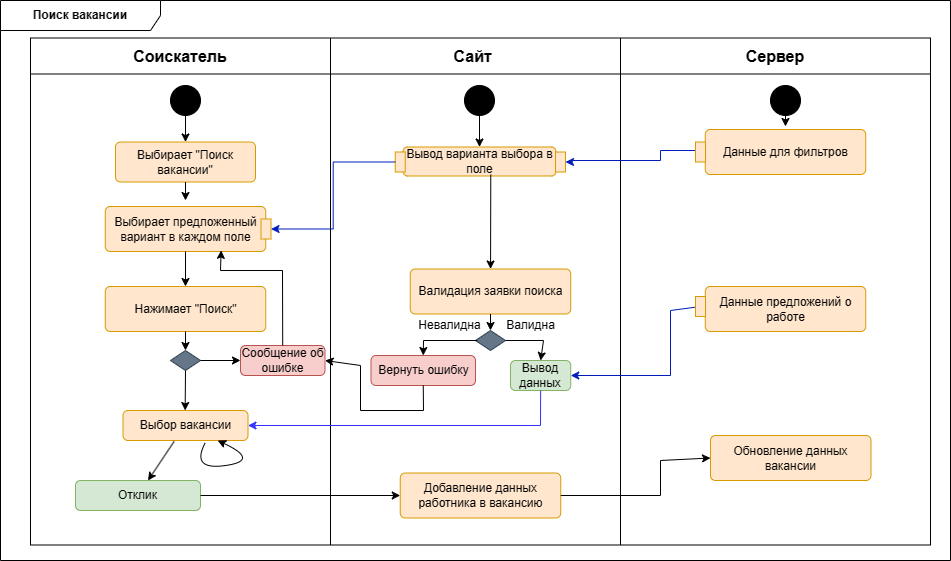
The draw.io diagram activity_diagrams/Vacancy_searching.drawio.png in Reem-Almasri/Freelancer-SPM, before a commit. Source tidied: cells renumbered, new cells last; positions are measured from the earlier drawing's top-left corner, leaving out a move shared by most shapes.
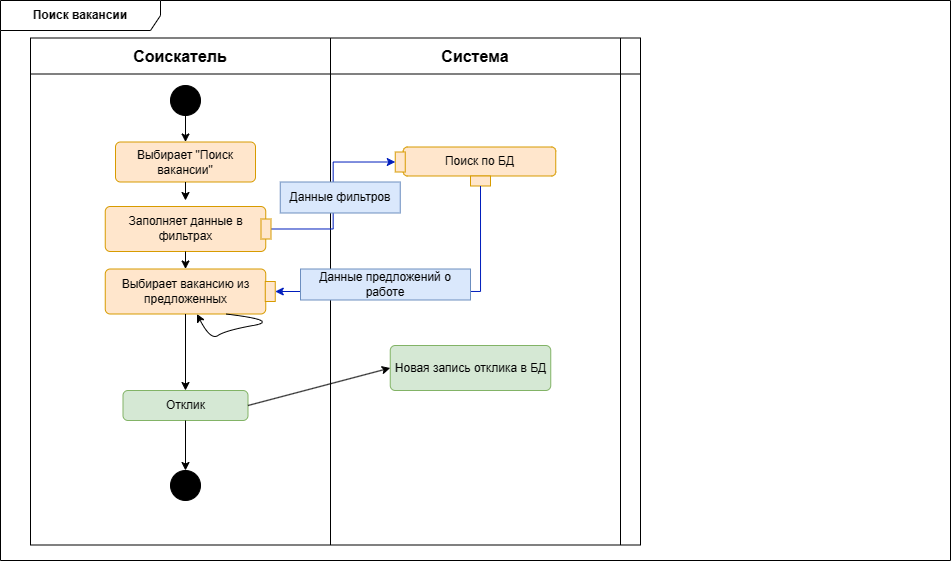
The same diagram one commit later.

The edit, as a diff of the source:
```diff
@@ -6,22 +6,22 @@
       <mxGeometry width="950" height="560" as="geometry" />
     </mxCell>
     <mxCell id="3" style="shape=table;startSize=0;fontSize=16;" parent="2" vertex="1">
-      <mxGeometry x="30" y="37.5" width="900" height="507" as="geometry" />
+      <mxGeometry x="30" y="37.5" width="610" height="507" as="geometry" />
     </mxCell>
     <mxCell id="4" style="shape=tableRow;horizontal=0;startSize=0;swimlaneHead=0;swimlaneBody=0;strokeColor=inherit;top=0;left=0;bottom=0;right=0;fillColor=none;fontSize=16;" parent="3" vertex="1">
-      <mxGeometry width="900" height="36" as="geometry" />
+      <mxGeometry width="610" height="36" as="geometry" />
     </mxCell>
     <mxCell id="5" value="&lt;b&gt;Соискатель&lt;/b&gt;" style="shape=partialRectangle;html=1;whiteSpace=wrap;strokeColor=inherit;overflow=hidden;fillColor=none;top=0;left=0;bottom=0;right=0;fontSize=16;" parent="4" vertex="1">
       <mxGeometry width="300" height="36" as="geometry" />
     </mxCell>
-    <mxCell id="6" value="&lt;b&gt;Сайт&amp;nbsp;&lt;/b&gt;" style="shape=partialRectangle;html=1;whiteSpace=wrap;strokeColor=inherit;overflow=hidden;fillColor=none;top=0;left=0;bottom=0;right=0;fontSize=16;" parent="4" vertex="1">
+    <mxCell id="6" value="&lt;b&gt;Система&lt;/b&gt;" style="shape=partialRectangle;html=1;whiteSpace=wrap;strokeColor=inherit;overflow=hidden;fillColor=none;top=0;left=0;bottom=0;right=0;fontSize=16;" parent="4" vertex="1">
       <mxGeometry x="300" width="290" height="36" as="geometry" />
     </mxCell>
-    <mxCell id="7" value="&lt;b&gt;Сервер&lt;br&gt;&lt;/b&gt;" style="shape=partialRectangle;html=1;whiteSpace=wrap;strokeColor=inherit;overflow=hidden;fillColor=none;top=0;left=0;bottom=0;right=0;fontSize=16;" parent="4" vertex="1">
-      <mxGeometry x="590" width="310" height="36" as="geometry" />
+    <mxCell id="7" style="shape=partialRectangle;html=1;whiteSpace=wrap;strokeColor=inherit;overflow=hidden;fillColor=none;top=0;left=0;bottom=0;right=0;fontSize=16;" parent="4" vertex="1">
+      <mxGeometry x="590" width="20" height="36" as="geometry" />
     </mxCell>
     <mxCell id="8" style="shape=tableRow;horizontal=0;startSize=0;swimlaneHead=0;swimlaneBody=0;strokeColor=inherit;top=0;left=0;bottom=0;right=0;fillColor=none;fontSize=16;" parent="3" vertex="1">
-      <mxGeometry y="36" width="900" height="471" as="geometry" />
+      <mxGeometry y="36" width="610" height="471" as="geometry" />
     </mxCell>
     <mxCell id="9" style="shape=partialRectangle;html=1;whiteSpace=wrap;strokeColor=inherit;overflow=hidden;fillColor=none;top=0;left=0;bottom=0;right=0;fontSize=16;" parent="8" vertex="1">
       <mxGeometry width="300" height="471" as="geometry" />
@@ -30,27 +30,16 @@
       <mxGeometry x="300" width="290" height="471" as="geometry" />
     </mxCell>
     <mxCell id="11" style="shape=partialRectangle;html=1;whiteSpace=wrap;strokeColor=inherit;overflow=hidden;fillColor=none;top=0;left=0;bottom=0;right=0;fontSize=16;" parent="8" vertex="1">
-      <mxGeometry x="590" width="310" height="471" as="geometry" />
+      <mxGeometry x="590" width="20" height="471" as="geometry" />
     </mxCell>
     <mxCell id="12" style="ellipse;fillColor=strokeColor;html=1;" parent="2" vertex="1">
       <mxGeometry x="170" y="85" width="30" height="30" as="geometry" />
     </mxCell>
-    <mxCell id="13" style="edgeStyle=orthogonalEdgeStyle;rounded=0;jettySize=auto;html=1;fillColor=#0050ef;strokeColor=#001DBC;exitX=0.25;exitY=0;exitDx=0;exitDy=0;entryX=0.5;entryY=1;entryDx=0;entryDy=0;" parent="2" edge="1" source="23" target="15">
-      <mxGeometry relative="1" as="geometry">
-        <Array as="points">
-          <mxPoint x="695" y="150" />
-          <mxPoint x="660" y="150" />
-          <mxPoint x="660" y="160" />
-          <mxPoint x="570" y="160" />
-          <mxPoint x="570" y="161" />
-        </Array>
-      </mxGeometry>
-    </mxCell>
-    <mxCell id="14" value="Вывод варианта выбора в поле" style="rounded=1;whiteSpace=wrap;html=1;fillColor=#ffe6cc;strokeColor=#d79b00;" parent="2" vertex="1">
+    <mxCell id="14" value="Поиск по БД" style="rounded=1;whiteSpace=wrap;html=1;fillColor=#ffe6cc;strokeColor=#d79b00;" parent="2" vertex="1">
       <mxGeometry x="402.8" y="146.5" width="152.5" height="29" as="geometry" />
     </mxCell>
-    <mxCell id="15" style="rounded=0;whiteSpace=wrap;html=1;fillColor=#ffe6cc;strokeColor=#d79b00;rotation=-90;" parent="2" vertex="1">
-      <mxGeometry x="550" y="156.5" width="20" height="10" as="geometry" />
+    <mxCell id="15" style="rounded=0;whiteSpace=wrap;html=1;fillColor=#ffe6cc;strokeColor=#d79b00;rotation=0;" parent="2" vertex="1">
+      <mxGeometry x="470" y="175.5" width="20" height="10" as="geometry" />
     </mxCell>
     <mxCell id="16" value="Выбирает &quot;Поиск вакансии&quot;" style="html=1;align=center;verticalAlign=middle;rounded=1;absoluteArcSize=1;arcSize=10;dashed=0;whiteSpace=wrap;fillColor=#ffe6cc;strokeColor=#d79b00;" parent="2" vertex="1">
       <mxGeometry x="115" y="141.5" width="140" height="40" as="geometry" />
@@ -63,172 +52,62 @@
     <mxCell id="18" style="endArrow=classic;html=1;rounded=0;exitX=0.5;exitY=1;exitDx=0;exitDy=0;entryX=0.5;entryY=0;entryDx=0;entryDy=0;" parent="2" edge="1" source="12" target="16">
       <mxGeometry relative="1" as="geometry" />
     </mxCell>
-    <mxCell id="19" style="ellipse;fillColor=strokeColor;html=1;" parent="2" vertex="1">
-      <mxGeometry x="770" y="85" width="30" height="30" as="geometry" />
-    </mxCell>
-    <mxCell id="20" style="endArrow=classic;html=1;rounded=0;exitX=0.5;exitY=1;exitDx=0;exitDy=0;entryX=0;entryY=0;entryDx=80;entryDy=0;entryPerimeter=0;" parent="2" edge="1" source="19">
-      <mxGeometry relative="1" as="geometry">
-        <mxPoint x="785" y="126" as="targetPoint" />
-      </mxGeometry>
-    </mxCell>
-    <mxCell id="21" value="Выбирает предложенный вариант в каждом поле" style="html=1;align=center;verticalAlign=middle;rounded=1;absoluteArcSize=1;arcSize=10;dashed=0;whiteSpace=wrap;fillColor=#ffe6cc;strokeColor=#d79b00;" parent="2" vertex="1">
+    <mxCell id="21" value="Заполняет данные в фильтрах" style="html=1;align=center;verticalAlign=middle;rounded=1;absoluteArcSize=1;arcSize=10;dashed=0;whiteSpace=wrap;fillColor=#ffe6cc;strokeColor=#d79b00;" parent="2" vertex="1">
       <mxGeometry x="104.8" y="206" width="160.5" height="45" as="geometry" />
     </mxCell>
-    <mxCell id="22" value="Данные для фильтров" style="html=1;align=center;verticalAlign=middle;rounded=1;absoluteArcSize=1;arcSize=10;dashed=0;whiteSpace=wrap;fillColor=#ffe6cc;strokeColor=#d79b00;" parent="2" vertex="1">
-      <mxGeometry x="704.8" y="129" width="160.5" height="45" as="geometry" />
-    </mxCell>
-    <mxCell id="23" style="rounded=0;whiteSpace=wrap;html=1;fillColor=#ffe6cc;strokeColor=#d79b00;rotation=-90;" parent="2" vertex="1">
-      <mxGeometry x="690" y="146.5" width="20" height="10" as="geometry" />
-    </mxCell>
-    <mxCell id="24" value="Валидация заявки поиска" style="html=1;align=center;verticalAlign=middle;rounded=1;absoluteArcSize=1;arcSize=10;dashed=0;whiteSpace=wrap;fillColor=#ffe6cc;strokeColor=#d79b00;" parent="2" vertex="1">
-      <mxGeometry x="409.8" y="268.5" width="160.5" height="45" as="geometry" />
-    </mxCell>
-    <mxCell id="25" value="Сообщение об ошибке" style="html=1;align=center;verticalAlign=middle;rounded=1;absoluteArcSize=1;arcSize=10;dashed=0;whiteSpace=wrap;fillColor=#f8cecc;strokeColor=#b85450;" parent="2" vertex="1">
-      <mxGeometry x="240" y="345" width="84.5" height="30" as="geometry" />
-    </mxCell>
-    <mxCell id="26" style="rhombus;whiteSpace=wrap;html=1;fillColor=#647687;fontColor=#ffffff;strokeColor=#314354;" parent="2" vertex="1">
-      <mxGeometry x="475" y="330" width="30" height="20" as="geometry" />
-    </mxCell>
-    <mxCell id="27" style="endArrow=classic;html=1;rounded=0;exitX=0.5;exitY=1;exitDx=0;exitDy=0;" parent="2" edge="1" source="24" target="26">
-      <mxGeometry relative="1" as="geometry" />
-    </mxCell>
-    <mxCell id="28" style="endArrow=classic;html=1;rounded=0;exitX=1;exitY=0.5;exitDx=0;exitDy=0;entryX=0.5;entryY=0;entryDx=0;entryDy=0;" parent="2" edge="1" source="26" target="31">
-      <mxGeometry relative="1" as="geometry">
-        <Array as="points">
-          <mxPoint x="543" y="340" />
-        </Array>
-      </mxGeometry>
-    </mxCell>
-    <mxCell id="29" value="Валидна" style="text;html=1;strokeColor=none;fillColor=none;align=center;verticalAlign=middle;whiteSpace=wrap;rounded=0;" parent="2" vertex="1">
-      <mxGeometry x="475" y="310" width="110.5" height="30" as="geometry" />
-    </mxCell>
-    <mxCell id="30" value="Невалидна" style="text;html=1;strokeColor=none;fillColor=none;align=center;verticalAlign=middle;whiteSpace=wrap;rounded=0;" parent="2" vertex="1">
-      <mxGeometry x="394" y="310" width="110.5" height="30" as="geometry" />
-    </mxCell>
-    <mxCell id="31" value="Вывод данных" style="html=1;align=center;verticalAlign=middle;rounded=1;absoluteArcSize=1;arcSize=10;dashed=0;whiteSpace=wrap;fillColor=#d5e8d4;strokeColor=#82b366;" parent="2" vertex="1">
-      <mxGeometry x="510" y="360" width="60.2" height="30" as="geometry" />
-    </mxCell>
-    <mxCell id="32" value="Вернуть ошибку" style="html=1;align=center;verticalAlign=middle;rounded=1;absoluteArcSize=1;arcSize=10;dashed=0;whiteSpace=wrap;fillColor=#f8cecc;strokeColor=#b85450;" parent="2" vertex="1">
-      <mxGeometry x="370.5" y="355" width="104.5" height="30" as="geometry" />
-    </mxCell>
-    <mxCell id="33" style="endArrow=classic;html=1;rounded=0;exitX=0.75;exitY=1;exitDx=0;exitDy=0;entryX=0.5;entryY=0;entryDx=0;entryDy=0;" parent="2" edge="1" source="30" target="32">
-      <mxGeometry relative="1" as="geometry">
-        <Array as="points">
-          <mxPoint x="423" y="340" />
-        </Array>
-      </mxGeometry>
-    </mxCell>
-    <mxCell id="34" style="endArrow=classic;html=1;rounded=0;exitX=0.5;exitY=1;exitDx=0;exitDy=0;entryX=1;entryY=0.5;entryDx=0;entryDy=0;" parent="2" edge="1" source="32" target="25">
-      <mxGeometry relative="1" as="geometry">
-        <Array as="points">
-          <mxPoint x="423" y="410" />
-          <mxPoint x="360" y="410" />
-          <mxPoint x="360" y="365" />
-        </Array>
-      </mxGeometry>
-    </mxCell>
-    <mxCell id="35" style="edgeStyle=orthogonalEdgeStyle;rounded=0;jettySize=auto;html=1;fillColor=#0050ef;strokeColor=#001DBC;entryX=1;entryY=0.5;entryDx=0;entryDy=0;" parent="2" edge="1" source="37" target="31">
-      <mxGeometry relative="1" as="geometry">
-        <Array as="points">
-          <mxPoint x="670" y="310" />
-          <mxPoint x="670" y="375" />
-        </Array>
-      </mxGeometry>
-    </mxCell>
-    <mxCell id="36" value="Данные предложений о работе" style="html=1;align=center;verticalAlign=middle;rounded=1;absoluteArcSize=1;arcSize=10;dashed=0;whiteSpace=wrap;fillColor=#ffe6cc;strokeColor=#d79b00;" parent="2" vertex="1">
-      <mxGeometry x="704.8" y="286" width="160.5" height="45" as="geometry" />
-    </mxCell>
-    <mxCell id="37" style="rounded=0;whiteSpace=wrap;html=1;fillColor=#ffe6cc;strokeColor=#d79b00;rotation=-90;" parent="2" vertex="1">
-      <mxGeometry x="690" y="301" width="20" height="10" as="geometry" />
-    </mxCell>
-    <mxCell id="38" style="ellipse;fillColor=strokeColor;html=1;" parent="2" vertex="1">
-      <mxGeometry x="464" y="85" width="30" height="30" as="geometry" />
-    </mxCell>
-    <mxCell id="39" style="endArrow=classic;html=1;rounded=0;exitX=0.5;exitY=1;exitDx=0;exitDy=0;" parent="2" edge="1" source="38" target="14">
-      <mxGeometry relative="1" as="geometry" />
-    </mxCell>
     <mxCell id="40" style="rounded=0;whiteSpace=wrap;html=1;fillColor=#ffe6cc;strokeColor=#d79b00;rotation=-90;" parent="2" vertex="1">
       <mxGeometry x="389.8" y="156.5" width="20" height="10" as="geometry" />
     </mxCell>
-    <mxCell id="41" style="edgeStyle=orthogonalEdgeStyle;rounded=0;jettySize=auto;html=1;fillColor=#0050ef;strokeColor=#001DBC;exitX=0.5;exitY=0;exitDx=0;exitDy=0;entryX=0.5;entryY=1;entryDx=0;entryDy=0;" parent="2" edge="1" source="40" target="42">
+    <mxCell id="41" style="edgeStyle=orthogonalEdgeStyle;rounded=0;jettySize=auto;html=1;fillColor=#0050ef;strokeColor=#001DBC;exitX=0.5;exitY=1;exitDx=0;exitDy=0;entryX=0.5;entryY=0;entryDx=0;entryDy=0;" parent="2" edge="1" source="42" target="40">
       <mxGeometry relative="1" as="geometry" />
     </mxCell>
     <mxCell id="42" style="rounded=0;whiteSpace=wrap;html=1;fillColor=#ffe6cc;strokeColor=#d79b00;rotation=-90;" parent="2" vertex="1">
       <mxGeometry x="255.5" y="223.5" width="20" height="10" as="geometry" />
     </mxCell>
-    <mxCell id="43" value="Нажимает &quot;Поиск&quot;" style="html=1;align=center;verticalAlign=middle;rounded=1;absoluteArcSize=1;arcSize=10;dashed=0;whiteSpace=wrap;fillColor=#ffe6cc;strokeColor=#d79b00;" parent="2" vertex="1">
-      <mxGeometry x="104.8" y="286" width="160.5" height="45" as="geometry" />
+    <mxCell id="43" value="Выбирает вакансию из предложенных" style="html=1;align=center;verticalAlign=middle;rounded=1;absoluteArcSize=1;arcSize=10;dashed=0;whiteSpace=wrap;fillColor=#ffe6cc;strokeColor=#d79b00;" parent="2" vertex="1">
+      <mxGeometry x="104.8" y="268.5" width="160.5" height="45" as="geometry" />
     </mxCell>
     <mxCell id="44" style="endArrow=classic;html=1;rounded=0;exitX=0.5;exitY=1;exitDx=0;exitDy=0;" parent="2" edge="1" source="21" target="43">
       <mxGeometry relative="1" as="geometry" />
     </mxCell>
-    <mxCell id="45" style="endArrow=classic;html=1;rounded=0;exitX=0.574;exitY=0.953;exitDx=0;exitDy=0;exitPerimeter=0;" parent="2" edge="1" source="14" target="24">
-      <mxGeometry relative="1" as="geometry" />
-    </mxCell>
-    <mxCell id="46" style="rhombus;whiteSpace=wrap;html=1;fillColor=#647687;fontColor=#ffffff;strokeColor=#314354;" parent="2" vertex="1">
-      <mxGeometry x="170" y="350" width="30" height="20" as="geometry" />
-    </mxCell>
-    <mxCell id="47" style="endArrow=classic;html=1;rounded=0;exitX=0.5;exitY=1;exitDx=0;exitDy=0;entryX=0.5;entryY=0;entryDx=0;entryDy=0;" parent="2" edge="1" source="43" target="46">
+    <mxCell id="47" style="endArrow=classic;html=1;rounded=0;exitX=0.5;exitY=1;exitDx=0;exitDy=0;" parent="2" edge="1" source="43" target="54">
       <mxGeometry relative="1" as="geometry" />
     </mxCell>
-    <mxCell id="48" style="endArrow=classic;html=1;rounded=0;entryX=0;entryY=0.5;entryDx=0;entryDy=0;" parent="2" edge="1" target="25">
-      <mxGeometry relative="1" as="geometry">
-        <mxPoint x="200" y="360" as="sourcePoint" />
-      </mxGeometry>
-    </mxCell>
-    <mxCell id="49" style="endArrow=classic;html=1;rounded=0;entryX=0.722;entryY=0.975;entryDx=0;entryDy=0;entryPerimeter=0;" parent="2" edge="1" source="25" target="21">
-      <mxGeometry relative="1" as="geometry">
-        <Array as="points">
-          <mxPoint x="282" y="270" />
-          <mxPoint x="220" y="270" />
-        </Array>
-      </mxGeometry>
-    </mxCell>
-    <mxCell id="50" value="Выбор вакансии" style="html=1;align=center;verticalAlign=middle;rounded=1;absoluteArcSize=1;arcSize=10;dashed=0;whiteSpace=wrap;fillColor=#ffe6cc;strokeColor=#d79b00;" parent="2" vertex="1">
-      <mxGeometry x="122.5" y="410" width="125" height="30" as="geometry" />
-    </mxCell>
-    <mxCell id="51" style="endArrow=classic;html=1;rounded=0;exitX=0.5;exitY=1;exitDx=0;exitDy=0;entryX=1;entryY=0.5;entryDx=0;entryDy=0;strokeColor=#3333FF;" parent="2" edge="1" source="31" target="50">
-      <mxGeometry relative="1" as="geometry">
-        <Array as="points">
-          <mxPoint x="540" y="425" />
-        </Array>
-      </mxGeometry>
-    </mxCell>
-    <mxCell id="52" style="endArrow=classic;html=1;rounded=0;exitX=0.5;exitY=1;exitDx=0;exitDy=0;" parent="2" edge="1" source="46">
-      <mxGeometry relative="1" as="geometry">
-        <mxPoint x="184.7" y="410" as="targetPoint" />
-      </mxGeometry>
-    </mxCell>
-    <mxCell id="53" style="curved=1;endArrow=classic;html=1;rounded=0;exitX=0.658;exitY=1.077;exitDx=0;exitDy=0;exitPerimeter=0;" parent="2" edge="1" source="50" target="50">
+    <mxCell id="53" style="curved=1;endArrow=classic;html=1;rounded=0;exitX=0.75;exitY=1;exitDx=0;exitDy=0;" parent="2" edge="1" source="43" target="43">
       <mxGeometry relative="1" as="geometry">
         <Array as="points">
-          <mxPoint x="190" y="470" />
-          <mxPoint x="260" y="460" />
+          <mxPoint x="280" y="320" />
+          <mxPoint x="225" y="330" />
+          <mxPoint x="210" y="340" />
         </Array>
       </mxGeometry>
     </mxCell>
     <mxCell id="54" value="Отклик" style="html=1;align=center;verticalAlign=middle;rounded=1;absoluteArcSize=1;arcSize=10;dashed=0;whiteSpace=wrap;fillColor=#d5e8d4;strokeColor=#82b366;" parent="2" vertex="1">
-      <mxGeometry x="75" y="480" width="125" height="30" as="geometry" />
+      <mxGeometry x="122.5" y="390" width="125" height="30" as="geometry" />
     </mxCell>
-    <mxCell id="55" style="endArrow=classic;html=1;rounded=0;exitX=0.409;exitY=1.031;exitDx=0;exitDy=0;exitPerimeter=0;" parent="2" edge="1" source="50" target="54">
-      <mxGeometry relative="1" as="geometry" />
-    </mxCell>
-    <mxCell id="56" value="Добавление данных работника в вакансию" style="html=1;align=center;verticalAlign=middle;rounded=1;absoluteArcSize=1;arcSize=10;dashed=0;whiteSpace=wrap;fillColor=#ffe6cc;strokeColor=#d79b00;" parent="2" vertex="1">
-      <mxGeometry x="399.8" y="472.5" width="160.5" height="45" as="geometry" />
+    <mxCell id="56" value="Новая запись отклика в БД" style="html=1;align=center;verticalAlign=middle;rounded=1;absoluteArcSize=1;arcSize=10;dashed=0;whiteSpace=wrap;fillColor=#d5e8d4;strokeColor=#82b366;" parent="2" vertex="1">
+      <mxGeometry x="389.8" y="345" width="160.5" height="45" as="geometry" />
     </mxCell>
     <mxCell id="57" style="endArrow=classic;html=1;rounded=0;exitX=1;exitY=0.5;exitDx=0;exitDy=0;entryX=0;entryY=0.5;entryDx=0;entryDy=0;" parent="2" edge="1" source="54" target="56">
       <mxGeometry relative="1" as="geometry" />
     </mxCell>
-    <mxCell id="58" style="endArrow=classic;html=1;rounded=0;exitX=1;exitY=0.5;exitDx=0;exitDy=0;entryX=0;entryY=0.5;entryDx=0;entryDy=0;" parent="2" edge="1" source="56" target="59">
-      <mxGeometry relative="1" as="geometry">
-        <Array as="points">
-          <mxPoint x="660" y="495" />
-          <mxPoint x="660" y="460" />
-        </Array>
-      </mxGeometry>
-    </mxCell>
-    <mxCell id="59" value="Обновление данных вакансии" style="html=1;align=center;verticalAlign=middle;rounded=1;absoluteArcSize=1;arcSize=10;dashed=0;whiteSpace=wrap;fillColor=#ffe6cc;strokeColor=#d79b00;" parent="2" vertex="1">
-      <mxGeometry x="710" y="435" width="160.5" height="45" as="geometry" />
-    </mxCell>
+    <mxCell id="60" value="Данные фильтров" style="text;html=1;strokeColor=#6c8ebf;fillColor=#dae8fc;align=center;verticalAlign=middle;whiteSpace=wrap;rounded=0;" parent="2" vertex="1">
+      <mxGeometry x="279.8" y="181.5" width="120" height="31" as="geometry" />
+    </mxCell>
+    <mxCell id="61" style="edgeStyle=orthogonalEdgeStyle;rounded=0;jettySize=auto;html=1;fillColor=#0050ef;strokeColor=#001DBC;exitX=0.5;exitY=1;exitDx=0;exitDy=0;entryX=0.5;entryY=1;entryDx=0;entryDy=0;" parent="2" edge="1" source="15" target="62">
+      <mxGeometry relative="1" as="geometry" />
+    </mxCell>
+    <mxCell id="62" style="rounded=0;whiteSpace=wrap;html=1;fillColor=#ffe6cc;strokeColor=#d79b00;rotation=-90;" parent="2" vertex="1">
+      <mxGeometry x="259.8" y="286" width="20" height="10" as="geometry" />
+    </mxCell>
+    <mxCell id="36" value="Данные предложений о работе" style="text;html=1;strokeColor=#6c8ebf;fillColor=#dae8fc;align=center;verticalAlign=middle;whiteSpace=wrap;rounded=0;" parent="2" vertex="1">
+      <mxGeometry x="300" y="268.5" width="170" height="31" as="geometry" />
+    </mxCell>
+    <mxCell id="63" style="ellipse;fillColor=strokeColor;html=1;" parent="2" vertex="1">
+      <mxGeometry x="170" y="470" width="30" height="30" as="geometry" />
+    </mxCell>
+    <mxCell id="64" style="endArrow=classic;html=1;rounded=0;exitX=0.5;exitY=1;exitDx=0;exitDy=0;" parent="2" edge="1" source="54" target="63">
+      <mxGeometry relative="1" as="geometry" />
+    </mxCell>
   </root>
 </mxGraphModel>
```
